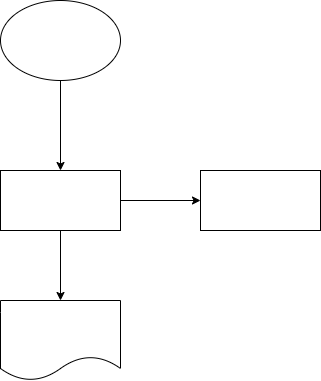
Earlier version of the draw.io export Start.drawio.png (sergey5478/Nice). Source tidied: cells renumbered, new cells last; positions are measured from the earlier drawing's top-left corner, leaving out a move shared by most shapes.
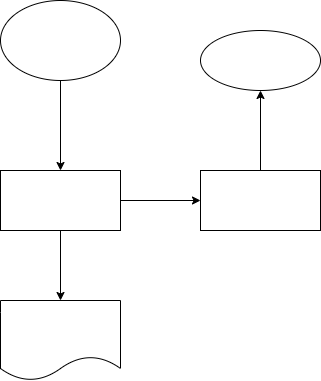
Later version of the same file.

The edit, as a diff of the source:
```diff
@@ -20,8 +20,14 @@
     <mxCell id="7" style="shape=document;whiteSpace=wrap;html=1;boundedLbl=1;" parent="1" vertex="1">
       <mxGeometry y="300" width="120" height="80" as="geometry" />
     </mxCell>
+    <mxCell id="9" style="edgeStyle=none;html=1;" parent="1" edge="1" source="8" target="10">
+      <mxGeometry relative="1" as="geometry" />
+    </mxCell>
     <mxCell id="8" style="whiteSpace=wrap;html=1;" parent="1" vertex="1">
       <mxGeometry x="200" y="170" width="120" height="60" as="geometry" />
     </mxCell>
+    <mxCell id="10" style="ellipse;whiteSpace=wrap;html=1;" parent="1" vertex="1">
+      <mxGeometry x="200" y="30" width="120" height="60" as="geometry" />
+    </mxCell>
   </root>
 </mxGraphModel>
```
